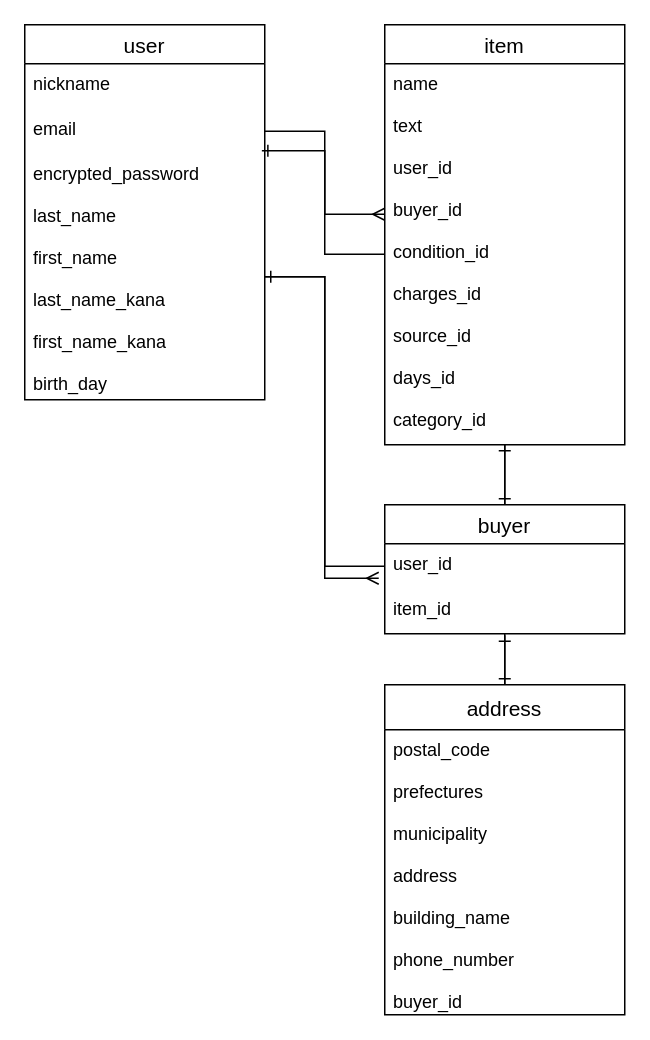
Earlier version of the draw.io diagram ER.dio (nakakou0703/furima-34877-). Source tidied: cells renumbered, new cells numbered last; positions are measured from the earlier drawing's top-left corner, leaving out a move shared by most shapes. Both pictures are drawn from the tidied source at 150%, with x=0, y=0 at pixel (24, 24).
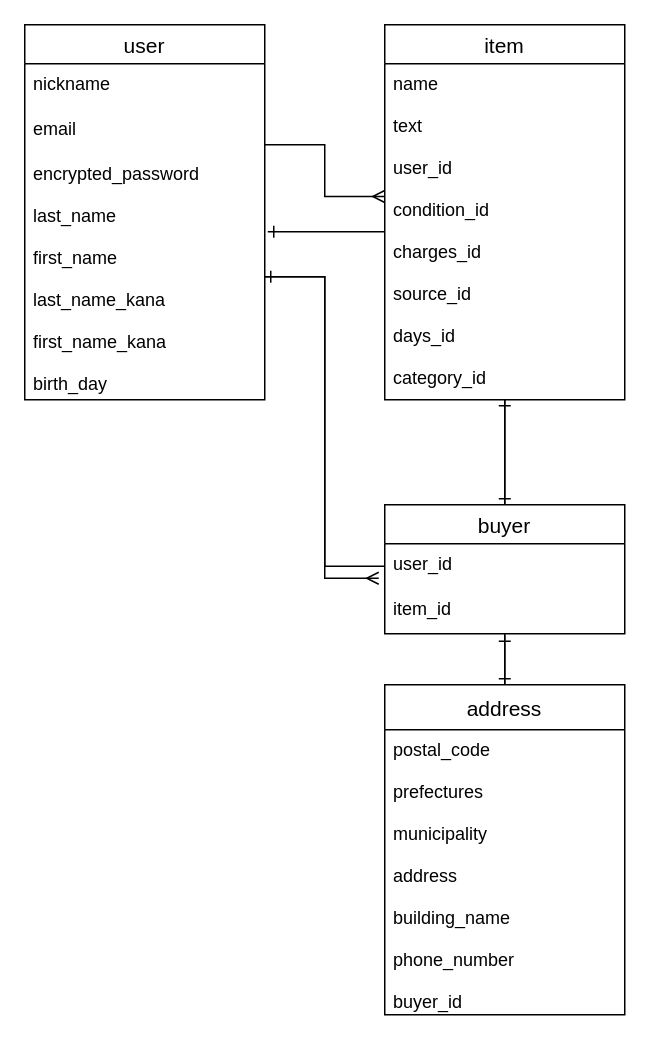
The same diagram, later.

Commit message (it also covers changes not shown here):
ER図・README作成（修正２回目）

Unchanged cells that the change refers to:
```xml
<mxCell id="4" value="email" style="text;strokeColor=none;fillColor=none;spacingLeft=4;spacingRight=4;overflow=hidden;points=[[0,0.5],[1,0.5]];portConstraint=eastwest;fontSize=12;" parent="2" vertex="1">
  <mxGeometry y="56" width="160" height="30" as="geometry" />
</mxCell>
<mxCell id="5" value="encrypted_password &#10;&#10;last_name&#10;&#10;first_name&#10;&#10;last_name_kana&#10;&#10;first_name_kana&#10;&#10;birth_day&#10;" style="text;strokeColor=none;fillColor=none;spacingLeft=4;spacingRight=4;overflow=hidden;points=[[0,0.5],[1,0.5]];portConstraint=eastwest;fontSize=12;" parent="2" vertex="1">
  <mxGeometry y="86" width="160" height="164" as="geometry" />
</mxCell>
```

The edit, as a diff of the source:
```diff
@@
     <mxCell id="7" value="item" style="swimlane;fontStyle=0;horizontal=1;startSize=26;align=center;fontSize=14;" parent="1" vertex="1">
-      <mxGeometry x="240" width="160" height="280" as="geometry" />
+      <mxGeometry x="240" width="160" height="250" as="geometry" />
     </mxCell>
-    <mxCell id="8" value="name&#10;&#10;text&#10;&#10;user_id&#10;&#10;buyer_id&#10;&#10;condition_id&#10;&#10;charges_id &#10;&#10;source_id&#10;&#10;days_id&#10;&#10;category_id" style="text;strokeColor=none;fillColor=none;spacingLeft=4;spacingRight=4;overflow=hidden;points=[[0,0.5],[1,0.5]];portConstraint=eastwest;fontSize=12;" parent="7" vertex="1">
-      <mxGeometry y="26" width="160" height="254" as="geometry" />
+    <mxCell id="8" value="name&#10;&#10;text&#10;&#10;user_id&#10;&#10;condition_id&#10;&#10;charges_id &#10;&#10;source_id&#10;&#10;days_id&#10;&#10;category_id" style="text;strokeColor=none;fillColor=none;spacingLeft=4;spacingRight=4;overflow=hidden;points=[[0,0.5],[1,0.5]];portConstraint=eastwest;fontSize=12;" parent="7" vertex="1">
+      <mxGeometry y="26" width="160" height="224" as="geometry" />
     </mxCell>
@@
     <mxCell id="17" style="edgeStyle=orthogonalEdgeStyle;rounded=0;jettySize=auto;html=1;entryX=0;entryY=0.395;entryDx=0;entryDy=0;entryPerimeter=0;endArrow=ERmany;endFill=0;" parent="1" edge="1" source="4" target="8">
-      <mxGeometry relative="1" as="geometry" />
+      <mxGeometry relative="1" as="geometry">
+        <Array as="points">
+          <mxPoint x="200" y="80" />
+          <mxPoint x="200" y="115" />
+        </Array>
+      </mxGeometry>
     </mxCell>
@@
-    <mxCell id="19" style="edgeStyle=orthogonalEdgeStyle;rounded=0;jettySize=auto;html=1;entryX=0.988;entryY=-0.012;entryDx=0;entryDy=0;entryPerimeter=0;endArrow=ERone;endFill=0;" parent="1" edge="1" source="8" target="5">
-      <mxGeometry relative="1" as="geometry" />
-    </mxCell>
@@
+    <mxCell id="21" style="edgeStyle=orthogonalEdgeStyle;rounded=0;jettySize=auto;html=1;endArrow=ERone;endFill=0;" parent="1" edge="1" source="8">
+      <mxGeometry relative="1" as="geometry">
+        <mxPoint x="162" y="138" as="targetPoint" />
+      </mxGeometry>
+    </mxCell>
```
